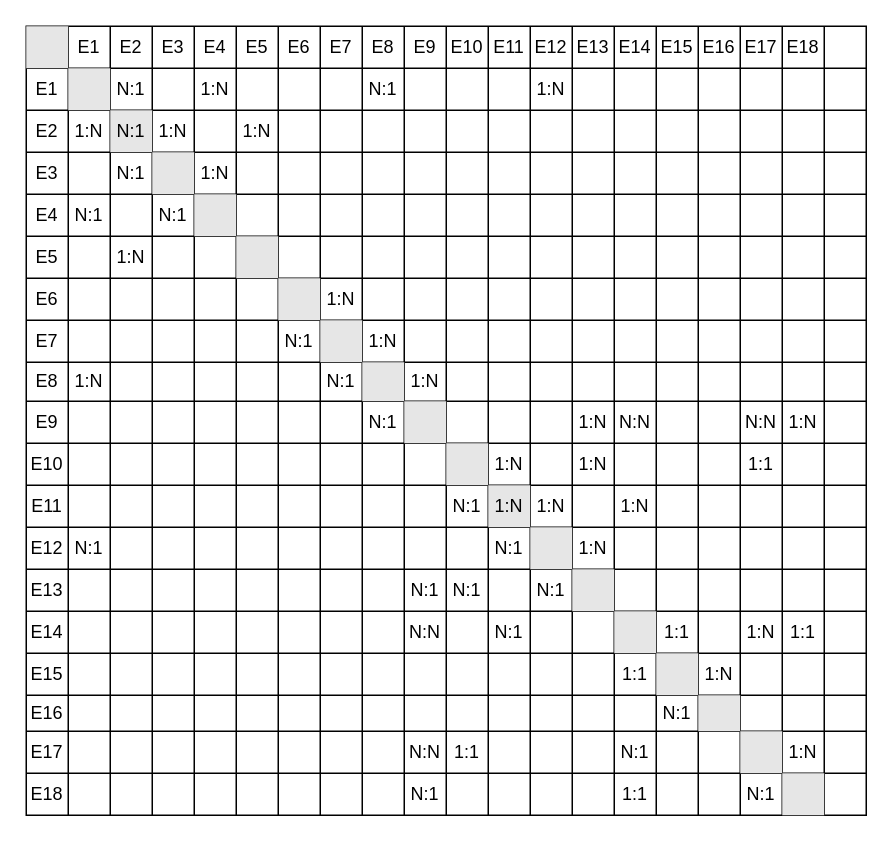
Before: reports/resources/1_report/matrix.drawio in ANV3L/DB, a draw.io diagram. Source tidied: cells renumbered, new cells numbered last; positions are measured from the earlier drawing's top-left corner, leaving out a move shared by most shapes. Both pictures are drawn from the tidied source at 150%, with x=0, y=0 at pixel (26, 26).
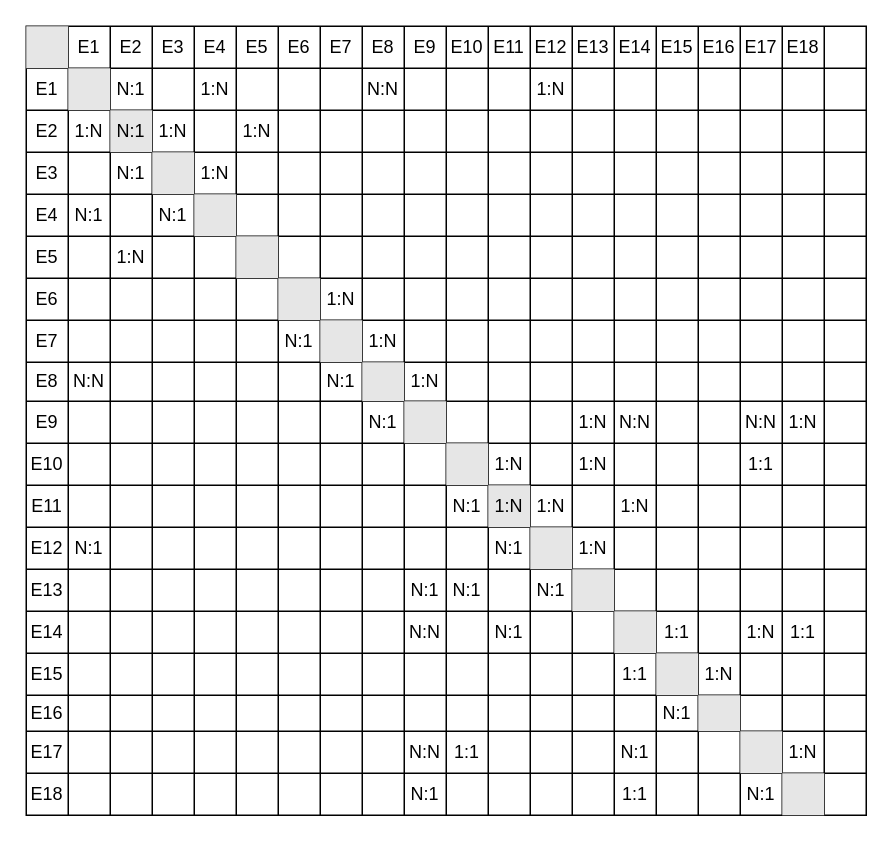
The same diagram, later.

The change refers to these unchanged cells:
```xml
<mxCell id="24" style="shape=tableRow;horizontal=0;startSize=0;swimlaneHead=0;swimlaneBody=0;strokeColor=inherit;top=0;left=0;bottom=0;right=0;fillColor=none;" parent="2" vertex="1">
  <mxGeometry y="28" width="560" height="28" as="geometry" />
</mxCell>
<mxCell id="171" style="shape=tableRow;horizontal=0;startSize=0;swimlaneHead=0;swimlaneBody=0;strokeColor=inherit;top=0;left=0;bottom=0;right=0;fillColor=none;" parent="2" vertex="1">
  <mxGeometry y="224" width="560" height="26" as="geometry" />
</mxCell>
```

Diff of the diagram source:
```diff
@@
-    <mxCell id="33" value="N:1" style="shape=partialRectangle;html=1;whiteSpace=wrap;strokeColor=#b85450;overflow=hidden;fillColor=none;top=0;left=0;bottom=0;right=0;" parent="24" vertex="1">
+    <mxCell id="33" value="N:N" style="shape=partialRectangle;html=1;whiteSpace=wrap;strokeColor=#b85450;overflow=hidden;fillColor=none;top=0;left=0;bottom=0;right=0;" parent="24" vertex="1">
       <mxGeometry x="224" width="28" height="28" as="geometry" />
     </mxCell>
@@
-    <mxCell id="173" value="1:N" style="shape=partialRectangle;html=1;whiteSpace=wrap;strokeColor=#b85450;overflow=hidden;fillColor=none;top=0;left=0;bottom=0;right=0;" parent="171" vertex="1">
+    <mxCell id="173" value="N:N" style="shape=partialRectangle;html=1;whiteSpace=wrap;strokeColor=#b85450;overflow=hidden;fillColor=none;top=0;left=0;bottom=0;right=0;" parent="171" vertex="1">
       <mxGeometry x="28" width="28" height="26" as="geometry" />
     </mxCell>
```
